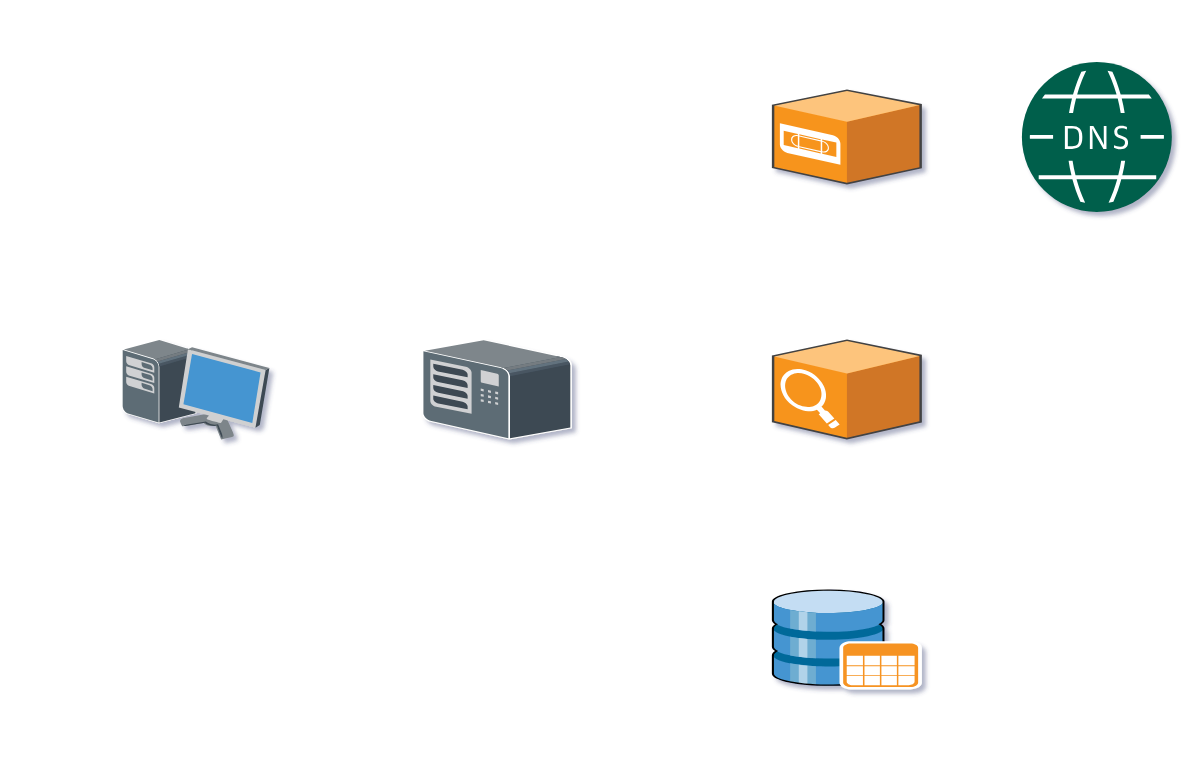
This is Diagram.drawio from uytgb159/Recipe_class, a draw.io file, before an edit. Source tidied: cells renumbered, new cells numbered last; positions are measured from the earlier drawing's top-left corner, leaving out a move shared by most shapes. Both pictures are drawn from the tidied source at 125%, with x=0, y=0 at pixel (121, 61).
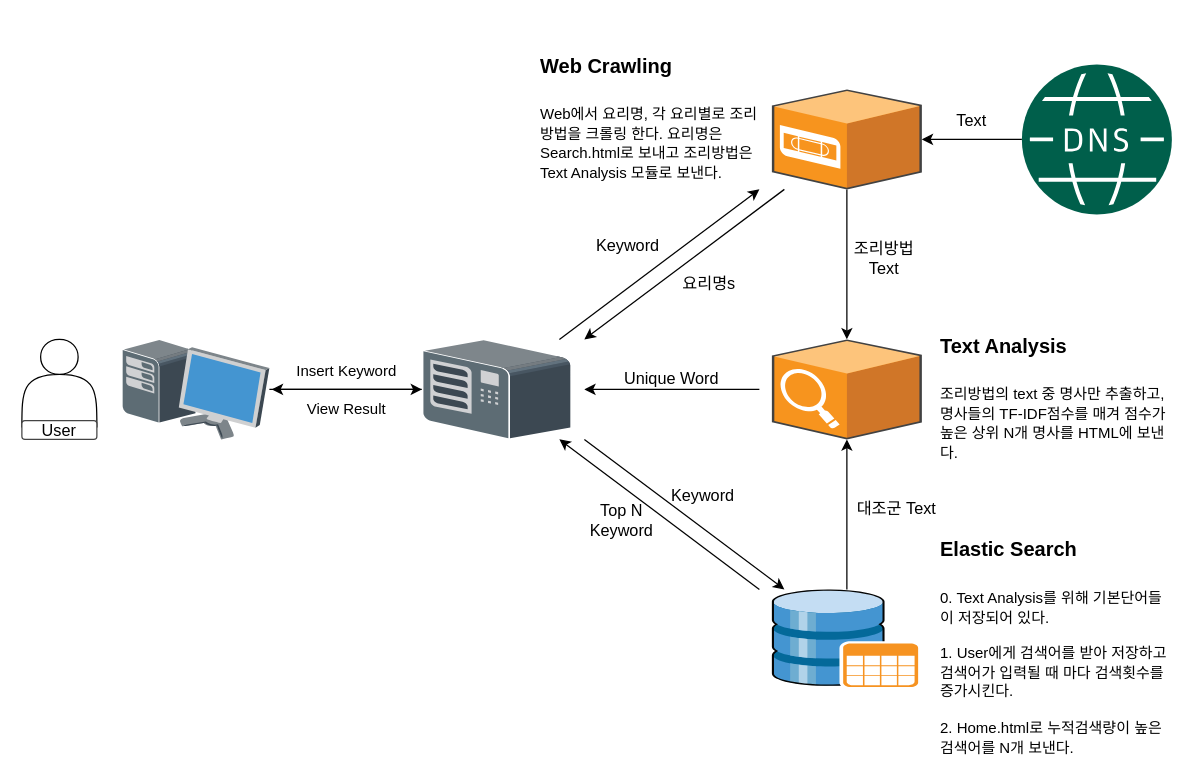
The same page after the edit.

The change refers to these unchanged cells:
```xml
<mxCell id="2" style="sketch=0;shadow=0;dashed=0;html=1;labelPosition=center;verticalLabelPosition=bottom;verticalAlign=top;align=center;outlineConnect=0;shape=mxgraph.veeam.3d.workstation;" parent="1" vertex="1">
  <mxGeometry y="222" width="118" height="80" as="geometry" />
</mxCell>
<mxCell id="3" style="sketch=0;shadow=0;dashed=0;html=1;labelPosition=center;verticalLabelPosition=bottom;verticalAlign=top;align=center;outlineConnect=0;shape=mxgraph.veeam.3d.tape_library;" parent="1" vertex="1">
  <mxGeometry x="240" y="222" width="120" height="80" as="geometry" />
</mxCell>
<mxCell id="4" style="sketch=0;shadow=0;dashed=0;html=1;labelPosition=center;verticalLabelPosition=bottom;verticalAlign=top;align=center;outlineConnect=0;shape=mxgraph.veeam.3d.database;" parent="1" vertex="1">
  <mxGeometry x="520" y="422" width="120" height="80" as="geometry" />
</mxCell>
<mxCell id="7" style="sketch=0;shadow=0;dashed=0;html=1;labelPosition=center;verticalLabelPosition=bottom;verticalAlign=top;align=center;outlineConnect=0;shape=mxgraph.veeam.3d.veeam_backup_search_server;" parent="1" vertex="1">
  <mxGeometry x="520" y="222" width="120" height="80" as="geometry" />
</mxCell>
```

Diff of the diagram source:
```diff
@@
-<mxGraphModel shadow="1">
+<mxGraphModel>
@@
+    <mxCell id="8" style="edgeStyle=orthogonalEdgeStyle;jettySize=auto;html=1;fontSize=13;" parent="1" edge="1" source="2" target="3">
+      <mxGeometry relative="1" as="geometry" />
+    </mxCell>
@@
+    <mxCell id="9" style="edgeStyle=orthogonalEdgeStyle;jettySize=auto;html=1;fontSize=13;" parent="1" edge="1" source="3">
+      <mxGeometry relative="1" as="geometry">
+        <mxPoint x="120" y="262" as="targetPoint" />
+      </mxGeometry>
+    </mxCell>
@@
+    <mxCell id="10" style="edgeStyle=orthogonalEdgeStyle;jettySize=auto;html=1;fontSize=12;" parent="1" edge="1" source="4" target="7">
+      <mxGeometry relative="1" as="geometry" />
+    </mxCell>
@@
+    <mxCell id="11" style="edgeStyle=orthogonalEdgeStyle;jettySize=auto;html=1;fontSize=13;" parent="1" edge="1" source="5" target="7">
+      <mxGeometry relative="1" as="geometry" />
+    </mxCell>
     <mxCell id="5" style="sketch=0;shadow=0;dashed=0;html=1;labelPosition=center;verticalLabelPosition=bottom;verticalAlign=top;align=center;outlineConnect=0;shape=mxgraph.veeam.3d.tape_server;" parent="1" vertex="1">
-      <mxGeometry x="520" y="22" width="120" height="76" as="geometry" />
+      <mxGeometry x="520" y="22" width="120" height="80" as="geometry" />
     </mxCell>
+    <mxCell id="12" style="edgeStyle=orthogonalEdgeStyle;jettySize=auto;html=1;fontSize=13;" parent="1" edge="1" source="6" target="5">
+      <mxGeometry relative="1" as="geometry" />
+    </mxCell>
     <mxCell id="6" style="sketch=0;shadow=0;dashed=0;html=1;strokeColor=none;fillColor=#005F4B;labelPosition=center;verticalLabelPosition=bottom;verticalAlign=top;align=center;outlineConnect=0;shape=mxgraph.veeam2.dns;" parent="1" vertex="1">
-      <mxGeometry x="720" width="120" height="120" as="geometry" />
+      <mxGeometry x="720" y="2" width="120" height="120" as="geometry" />
     </mxCell>
@@
+    <mxCell id="13" style="shape=actor;whiteSpace=wrap;html=1;labelPosition=center;verticalLabelPosition=bottom;align=center;verticalAlign=top;" parent="1" vertex="1">
+      <mxGeometry x="-80" y="222" width="60" height="70" as="geometry" />
+    </mxCell>
+    <mxCell id="14" value="&lt;font style=&quot;font-size: 13px;&quot;&gt;User&lt;/font&gt;" style="strokeWidth=1;html=1;shadow=0;dashed=0;shape=mxgraph.ios.iTextInput;strokeColor=#444444;buttonText=;fontSize=8;whiteSpace=wrap;align=center;" parent="1" vertex="1">
+      <mxGeometry x="-80" y="287" width="60" height="15" as="geometry" />
+    </mxCell>
+    <mxCell id="15" value="&lt;font style=&quot;font-size: 12px;&quot;&gt;View Result&lt;/font&gt;" style="text;html=1;strokeColor=none;fillColor=none;align=center;verticalAlign=middle;whiteSpace=wrap;rounded=0;fontSize=13;" parent="1" vertex="1">
+      <mxGeometry x="140" y="262" width="80" height="30" as="geometry" />
+    </mxCell>
+    <mxCell id="16" value="&lt;font style=&quot;font-size: 12px;&quot;&gt;Insert Keyword&lt;/font&gt;" style="text;html=1;strokeColor=none;fillColor=none;align=center;verticalAlign=middle;whiteSpace=wrap;rounded=0;fontSize=13;" parent="1" vertex="1">
+      <mxGeometry x="135" y="232" width="90" height="30" as="geometry" />
+    </mxCell>
+    <mxCell id="17" value="Text" style="text;html=1;strokeColor=none;fillColor=none;align=center;verticalAlign=middle;whiteSpace=wrap;rounded=0;fontSize=13;" parent="1" vertex="1">
+      <mxGeometry x="650" y="32" width="60" height="30" as="geometry" />
+    </mxCell>
+    <mxCell id="18" value="&lt;h1 style=&quot;&quot;&gt;&lt;font style=&quot;font-size: 16px;&quot;&gt;Text Analysis&lt;/font&gt;&lt;/h1&gt;&lt;p style=&quot;&quot;&gt;&lt;span style=&quot;font-size: 12px;&quot;&gt;조리방법의 text 중 명사만 추출하고, 명사들의 TF-IDF점수를 매겨 점수가 높은 상위 N개 명사를 HTML에 보낸다.&amp;nbsp;&lt;/span&gt;&lt;/p&gt;" style="text;html=1;strokeColor=none;fillColor=none;spacing=5;spacingTop=-20;whiteSpace=wrap;overflow=hidden;rounded=0;fontSize=13;" parent="1" vertex="1">
+      <mxGeometry x="650" y="202" width="190" height="120" as="geometry" />
+    </mxCell>
+    <mxCell id="19" value="&lt;h1 style=&quot;&quot;&gt;&lt;span style=&quot;font-size: 16px;&quot;&gt;Elastic Search&lt;/span&gt;&lt;/h1&gt;&lt;p style=&quot;&quot;&gt;&lt;span style=&quot;font-size: 12px;&quot;&gt;0. Text Analysis를 위해 기본단어들이 저장되어 있다.&lt;/span&gt;&lt;/p&gt;&lt;p style=&quot;&quot;&gt;&lt;span style=&quot;font-size: 12px;&quot;&gt;1. User에게 검색어를 받아 저장하고 검색어가 입력될 때 마다 검색횟수를 증가시킨다.&lt;/span&gt;&lt;/p&gt;&lt;p style=&quot;&quot;&gt;&lt;span style=&quot;font-size: 12px; background-color: initial;&quot;&gt;2. Home.html로 누적검색량이 높은 검색어를 N개 보낸다.&lt;/span&gt;&lt;/p&gt;" style="text;html=1;strokeColor=none;fillColor=none;spacing=5;spacingTop=-20;whiteSpace=wrap;overflow=hidden;rounded=0;fontSize=13;" parent="1" vertex="1">
+      <mxGeometry x="650" y="364.5" width="190" height="195" as="geometry" />
+    </mxCell>
+    <mxCell id="20" value="조리방법&lt;br&gt;Text" style="text;html=1;strokeColor=none;fillColor=none;align=center;verticalAlign=middle;whiteSpace=wrap;rounded=0;fontSize=13;" parent="1" vertex="1">
+      <mxGeometry x="580" y="142" width="60" height="30" as="geometry" />
+    </mxCell>
+    <mxCell id="21" value="&lt;h1 style=&quot;&quot;&gt;&lt;span style=&quot;font-size: 16px;&quot;&gt;Web Crawling&lt;/span&gt;&lt;/h1&gt;&lt;p style=&quot;&quot;&gt;&lt;span style=&quot;font-size: 12px;&quot;&gt;Web에서 요리명, 각 요리별로 조리방법을 크롤링 한다. 요리명은 Search.html로 보내고 조리방법은 Text Analysis 모듈로 보낸다.&lt;/span&gt;&lt;/p&gt;" style="text;html=1;strokeColor=none;fillColor=none;spacing=5;spacingTop=-20;whiteSpace=wrap;overflow=hidden;rounded=0;fontSize=13;" parent="1" vertex="1">
+      <mxGeometry x="330" y="-22" width="190" height="120" as="geometry" />
+    </mxCell>
+    <mxCell id="22" style="endArrow=classic;html=1;fontSize=12;" parent="1" edge="1">
+      <mxGeometry relative="1" as="geometry">
+        <mxPoint x="350" y="222" as="sourcePoint" />
+        <mxPoint x="510" y="102" as="targetPoint" />
+      </mxGeometry>
+    </mxCell>
+    <mxCell id="23" value="Keyword" style="text;html=1;strokeColor=none;fillColor=none;align=center;verticalAlign=middle;whiteSpace=wrap;rounded=0;fontSize=13;" parent="1" vertex="1">
+      <mxGeometry x="375" y="132" width="60" height="30" as="geometry" />
+    </mxCell>
+    <mxCell id="24" style="endArrow=classic;html=1;fontSize=12;" parent="1" edge="1">
+      <mxGeometry relative="1" as="geometry">
+        <mxPoint x="530" y="102" as="sourcePoint" />
+        <mxPoint x="370" y="222" as="targetPoint" />
+      </mxGeometry>
+    </mxCell>
+    <mxCell id="25" value="요리명s" style="text;html=1;strokeColor=none;fillColor=none;align=center;verticalAlign=middle;whiteSpace=wrap;rounded=0;fontSize=13;" parent="1" vertex="1">
+      <mxGeometry x="440" y="162" width="60" height="30" as="geometry" />
+    </mxCell>
+    <mxCell id="26" style="endArrow=classic;html=1;fontSize=12;" parent="1" edge="1">
+      <mxGeometry relative="1" as="geometry">
+        <mxPoint x="370" y="302" as="sourcePoint" />
+        <mxPoint x="530" y="422" as="targetPoint" />
+      </mxGeometry>
+    </mxCell>
+    <mxCell id="27" style="endArrow=classic;html=1;fontSize=12;" parent="1" edge="1">
+      <mxGeometry relative="1" as="geometry">
+        <mxPoint x="510" y="422" as="sourcePoint" />
+        <mxPoint x="350" y="302" as="targetPoint" />
+      </mxGeometry>
+    </mxCell>
+    <mxCell id="28" value="Keyword" style="text;html=1;strokeColor=none;fillColor=none;align=center;verticalAlign=middle;whiteSpace=wrap;rounded=0;fontSize=13;" parent="1" vertex="1">
+      <mxGeometry x="435" y="332" width="60" height="30" as="geometry" />
+    </mxCell>
+    <mxCell id="29" value="Top N Keyword" style="text;html=1;strokeColor=none;fillColor=none;align=center;verticalAlign=middle;whiteSpace=wrap;rounded=0;fontSize=13;" parent="1" vertex="1">
+      <mxGeometry x="370" y="352" width="60" height="30" as="geometry" />
+    </mxCell>
+    <mxCell id="30" style="endArrow=classic;html=1;fontSize=12;" parent="1" edge="1">
+      <mxGeometry relative="1" as="geometry">
+        <mxPoint x="510" y="262" as="sourcePoint" />
+        <mxPoint x="370" y="262" as="targetPoint" />
+      </mxGeometry>
+    </mxCell>
+    <mxCell id="31" value="Unique Word" style="text;html=1;strokeColor=none;fillColor=none;align=center;verticalAlign=middle;whiteSpace=wrap;rounded=0;fontSize=13;" parent="1" vertex="1">
+      <mxGeometry x="400" y="244" width="80" height="18" as="geometry" />
+    </mxCell>
+    <mxCell id="32" value="대조군 Text" style="text;html=1;strokeColor=none;fillColor=none;align=center;verticalAlign=middle;whiteSpace=wrap;rounded=0;fontSize=13;" parent="1" vertex="1">
+      <mxGeometry x="580" y="342" width="80" height="30" as="geometry" />
+    </mxCell>
```
